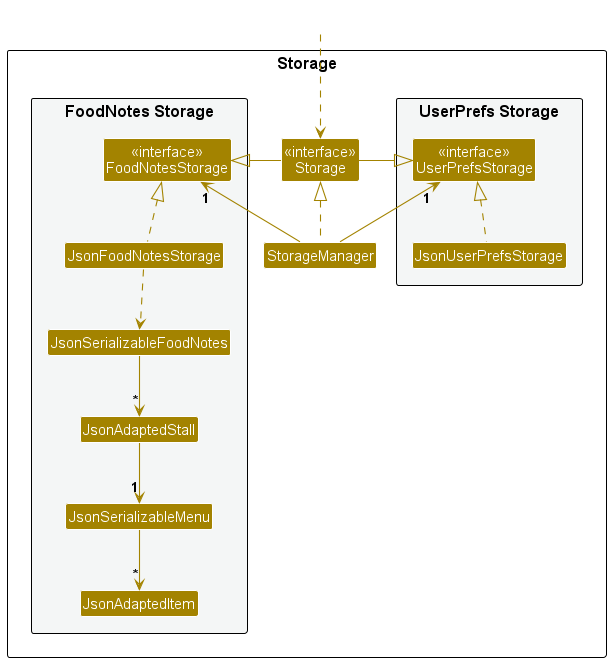
teoks0199/tp keeps this PlantUML diagram as docs/images/StorageClassDiagram.png. Above is the earlier version.
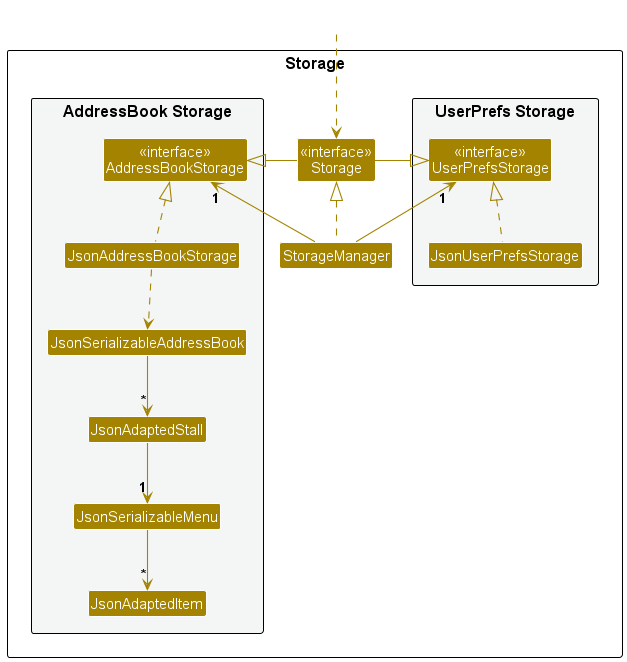
Above is the later version.

Diff of the diagram source:
```diff
@@ -14,10 +14,10 @@
 Class "<<interface>>\nStorage" as Storage
 Class StorageManager
 
-package "FoodNotes Storage" #F4F6F6{
-Class "<<interface>>\nFoodNotesStorage" as FoodNotesStorage
-Class JsonFoodNotesStorage
-Class JsonSerializableFoodNotes
+package "AddressBook Storage" #F4F6F6{
+Class "<<interface>>\nAddressBookStorage" as AddressBookStorage
+Class JsonAddressBookStorage
+Class JsonSerializableAddressBook
 Class JsonAdaptedStall
 Class JsonAdaptedItem
 Class JsonSerializableMenu
@@ -30,15 +30,15 @@
 
 StorageManager .up.|> Storage
 StorageManager -up-> "1" UserPrefsStorage
-StorageManager -up-> "1" FoodNotesStorage
+StorageManager -up-> "1" AddressBookStorage
 
 Storage -left-|> UserPrefsStorage
-Storage -right-|> FoodNotesStorage
+Storage -right-|> AddressBookStorage
 
 JsonUserPrefsStorage .up.|> UserPrefsStorage
-JsonFoodNotesStorage .up.|> FoodNotesStorage
-JsonFoodNotesStorage ..> JsonSerializableFoodNotes
-JsonSerializableFoodNotes --> "*" JsonAdaptedStall
+JsonAddressBookStorage .up.|> AddressBookStorage
+JsonAddressBookStorage ..> JsonSerializableAddressBook
+JsonSerializableAddressBook --> "*" JsonAdaptedStall
 JsonAdaptedStall --> "1" JsonSerializableMenu
 JsonSerializableMenu --> "*" JsonAdaptedItem
 
```
